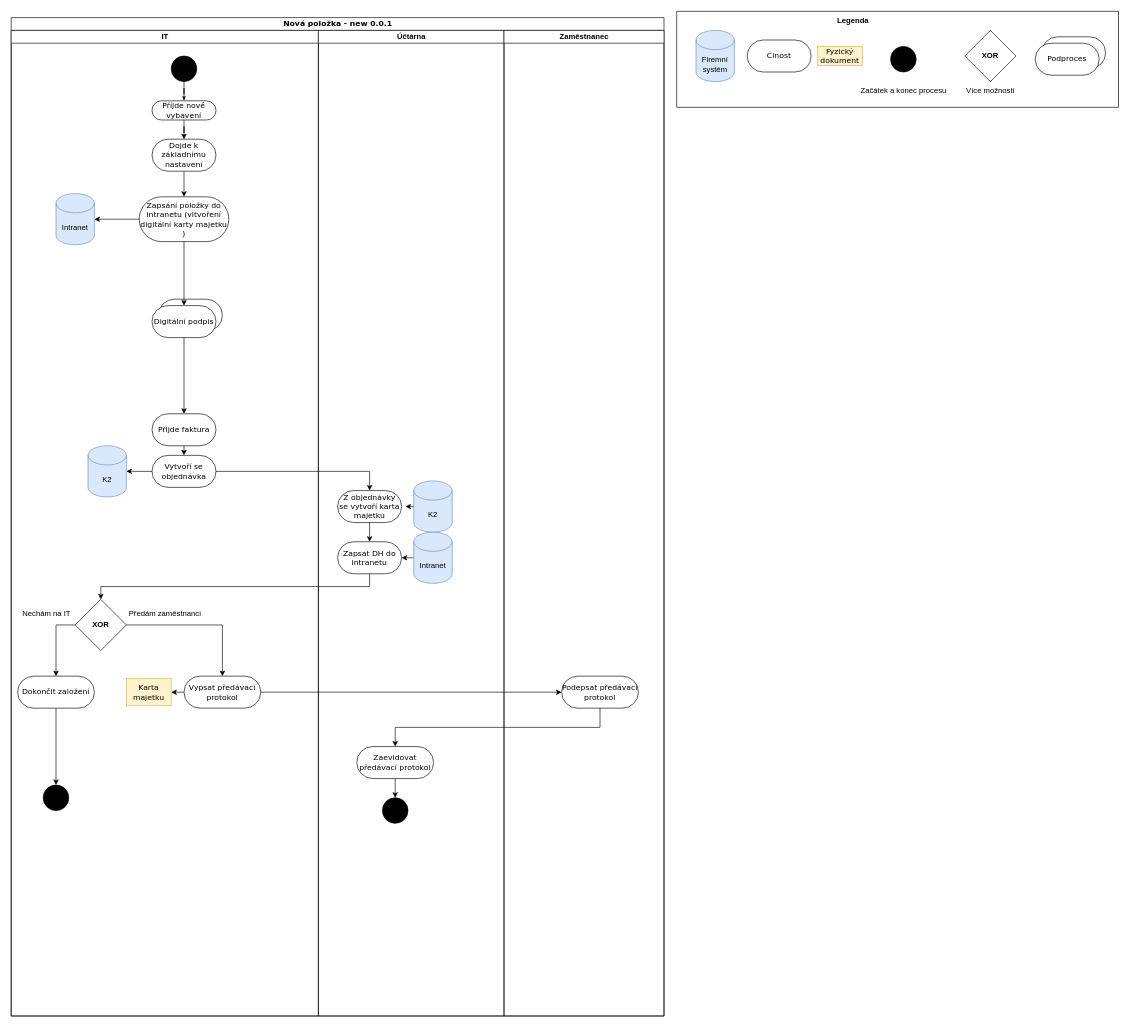
Earlier version of the draw.io diagram page "Nová položka - new 0.0.1" (5 of 11) of UML - Inventar.drawio (horeckyj/drawio). Source tidied: cells renumbered, new cells numbered last; positions are measured from the earlier drawing's top-left corner, leaving out a move shared by most shapes. Both pictures are drawn from the tidied source at 64%, with x=0, y=0 at pixel (11, 11).
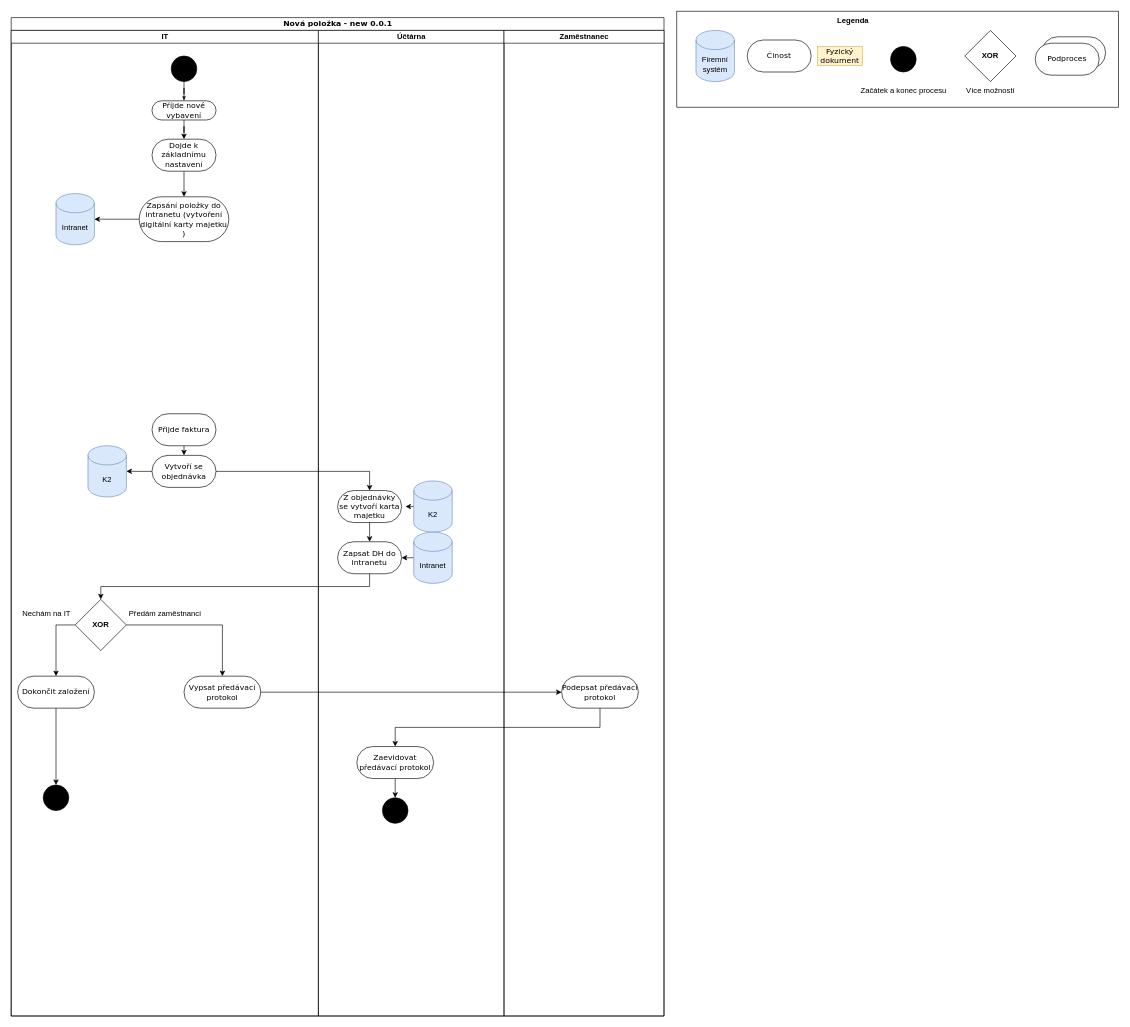
The same diagram, later.

The change refers to these unchanged cells:
```xml
<mxCell id="3" value="IT" style="swimlane;html=1;startSize=20;" parent="2" vertex="1">
  <mxGeometry y="20" width="480" height="1540" as="geometry" />
</mxCell>
<mxCell id="20" value="Vypsat předávací protokol" style="rounded=1;whiteSpace=wrap;html=1;shadow=0;comic=0;labelBackgroundColor=none;strokeWidth=1;fontFamily=Verdana;fontSize=12;align=center;arcSize=50;" parent="3" vertex="1">
  <mxGeometry x="270" y="1009" width="120" height="50" as="geometry" />
</mxCell>
<mxCell id="30" value="Přijde faktura" style="rounded=1;whiteSpace=wrap;html=1;shadow=0;comic=0;labelBackgroundColor=none;strokeWidth=1;fontFamily=Verdana;fontSize=12;align=center;arcSize=50;" parent="3" vertex="1">
  <mxGeometry x="220" y="599" width="100" height="50" as="geometry" />
</mxCell>
```

What changed in the source:
```diff
@@
-    <mxCell id="4" style="rounded=1;whiteSpace=wrap;html=1;shadow=0;comic=0;labelBackgroundColor=none;strokeWidth=1;fontFamily=Verdana;fontSize=12;align=center;arcSize=50;" parent="3" vertex="1">
-      <mxGeometry x="230" y="420" width="100" height="50" as="geometry" />
-    </mxCell>
@@
-    <mxCell id="11" style="edgeStyle=orthogonalEdgeStyle;rounded=0;jettySize=auto;html=1;exitX=0.5;exitY=1;exitDx=0;exitDy=0;entryX=0.5;entryY=0;entryDx=0;entryDy=0;" parent="3" edge="1" source="12" target="32">
-      <mxGeometry relative="1" as="geometry" />
-    </mxCell>
-    <mxCell id="12" value="Zapsání položky do intranetu (vitvoření digitální karty majetku&lt;div&gt;)&lt;/div&gt;" style="rounded=1;whiteSpace=wrap;html=1;shadow=0;comic=0;labelBackgroundColor=none;strokeWidth=1;fontFamily=Verdana;fontSize=12;align=center;arcSize=50;" parent="3" vertex="1">
+    <mxCell id="12" value="Zapsání položky do intranetu (vytvoření digitální karty majetku&lt;div&gt;)&lt;/div&gt;" style="rounded=1;whiteSpace=wrap;html=1;shadow=0;comic=0;labelBackgroundColor=none;strokeWidth=1;fontFamily=Verdana;fontSize=12;align=center;arcSize=50;" parent="3" vertex="1">
       <mxGeometry x="200" y="260" width="140" height="70" as="geometry" />
     </mxCell>
@@
-    <mxCell id="19" style="edgeStyle=orthogonalEdgeStyle;rounded=0;jettySize=auto;html=1;exitX=0;exitY=0.5;exitDx=0;exitDy=0;entryX=1;entryY=0.5;entryDx=0;entryDy=0;" parent="3" edge="1" source="20" target="21">
-      <mxGeometry relative="1" as="geometry" />
-    </mxCell>
@@
-    <mxCell id="21" value="Karta majetku" style="rounded=0;whiteSpace=wrap;html=1;shadow=0;comic=0;labelBackgroundColor=none;strokeWidth=1;fontFamily=Verdana;fontSize=12;align=center;arcSize=50;fillColor=#fff2cc;strokeColor=#d6b656;" parent="3" vertex="1">
-      <mxGeometry x="180" y="1012.8" width="70" height="42.5" as="geometry" />
-    </mxCell>
@@
-    <mxCell id="31" style="edgeStyle=orthogonalEdgeStyle;rounded=0;jettySize=auto;html=1;exitX=0.5;exitY=1;exitDx=0;exitDy=0;entryX=0.5;entryY=0;entryDx=0;entryDy=0;" parent="3" edge="1" source="32" target="30">
-      <mxGeometry relative="1" as="geometry" />
-    </mxCell>
-    <mxCell id="32" value="Digitální podpis" style="rounded=1;whiteSpace=wrap;html=1;shadow=0;comic=0;labelBackgroundColor=none;strokeWidth=1;fontFamily=Verdana;fontSize=12;align=center;arcSize=50;" parent="3" vertex="1">
-      <mxGeometry x="220" y="430" width="100" height="50" as="geometry" />
-    </mxCell>
```
